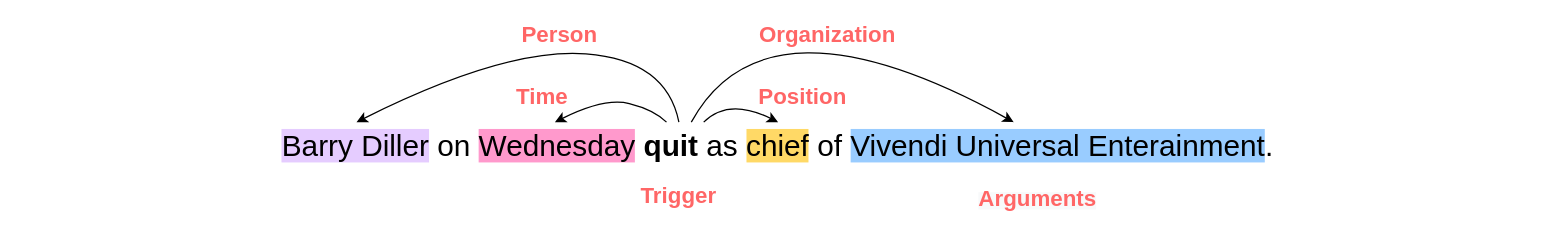
The draw.io diagram event extraction instance.drawio in gitofding/first_repository, before the edit. Source tidied: cells renumbered, new cells numbered last; positions are measured from the earlier drawing's top-left corner, leaving out a move shared by most shapes. Both pictures are drawn from the tidied source at 124%, with x=0, y=0 at pixel (21, -15).
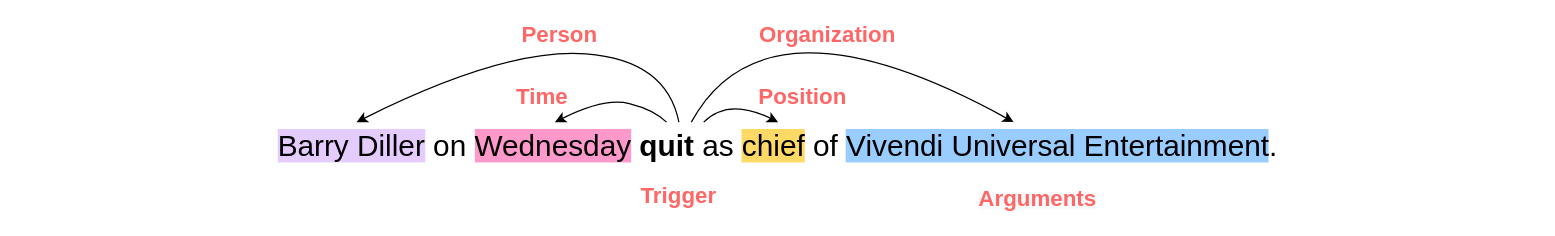
The same diagram, later.

Diff of the diagram source:
```diff
@@
-    <mxCell id="2" value="&lt;font style=&quot;font-size: 24px&quot;&gt;&lt;span style=&quot;background-color: rgb(229 , 204 , 255)&quot;&gt;Barry Diller&lt;/span&gt; on &lt;span style=&quot;background-color: rgb(255 , 153 , 204)&quot;&gt;Wednesday&lt;/span&gt; &lt;b&gt;quit&lt;/b&gt; as &lt;span style=&quot;background-color: rgb(255 , 217 , 102)&quot;&gt;chief&lt;/span&gt; of &lt;span style=&quot;background-color: rgb(153 , 204 , 255)&quot;&gt;Vivendi Universal Enterainment&lt;/span&gt;.&lt;/font&gt;" style="text;html=1;strokeColor=none;fillColor=none;align=center;verticalAlign=middle;whiteSpace=wrap;rounded=0;" parent="1" vertex="1">
+    <mxCell id="2" value="&lt;font style=&quot;font-size: 24px&quot;&gt;&lt;span style=&quot;background-color: rgb(229 , 204 , 255)&quot;&gt;Barry Diller&lt;/span&gt; on &lt;span style=&quot;background-color: rgb(255 , 153 , 204)&quot;&gt;Wednesday&lt;/span&gt; &lt;b&gt;quit&lt;/b&gt; as &lt;span style=&quot;background-color: rgb(255 , 217 , 102)&quot;&gt;chief&lt;/span&gt; of &lt;span style=&quot;background-color: rgb(153 , 204 , 255)&quot;&gt;Vivendi Universal Entertainment&lt;/span&gt;.&lt;/font&gt;" style="text;html=1;strokeColor=none;fillColor=none;align=center;verticalAlign=middle;whiteSpace=wrap;rounded=0;" parent="1" vertex="1">
       <mxGeometry y="120" width="1220" height="20" as="geometry" />
     </mxCell>
```
